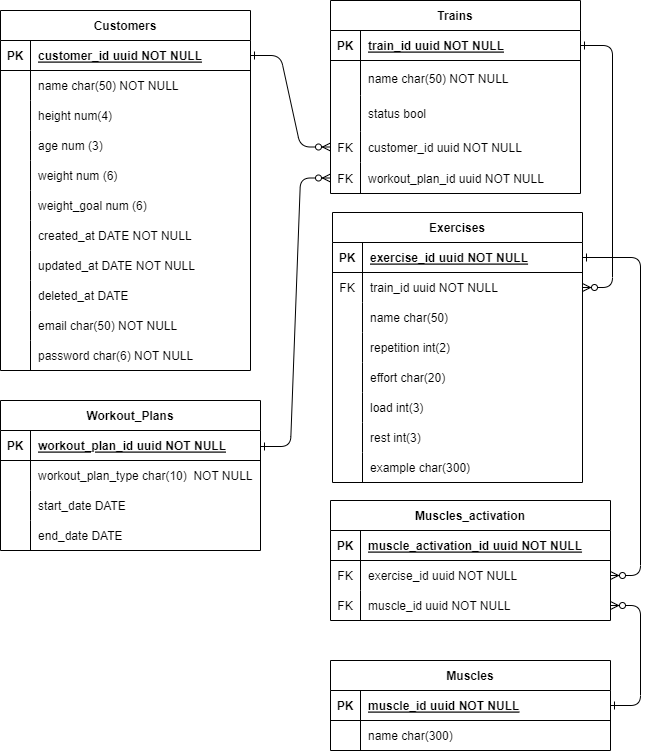
Earlier version of the draw.io export DER.png (Workout-Project-007-plan/Workout-API). Source tidied: cells renumbered, new cells last; positions are measured from the earlier drawing's top-left corner, leaving out a move shared by most shapes.
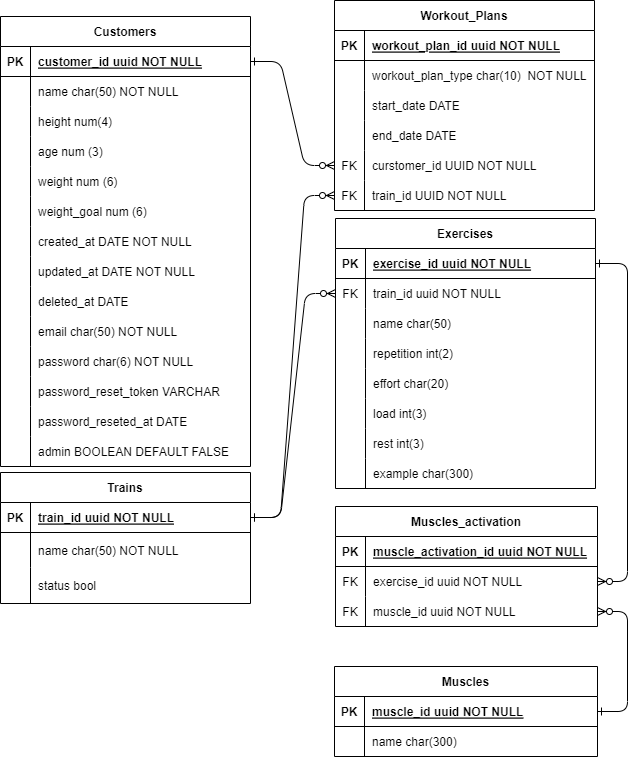
Above is the later version.

The edit, as a diff of the source:
```diff
@@ -5,3 +5,3 @@
     <mxCell id="2" value="Workout_Plans" style="shape=table;startSize=30;rowLines=0;fontStyle=1;align=center;labelBackgroundColor=none;" parent="1" vertex="1">
-      <mxGeometry y="400" width="260" height="150" as="geometry" />
+      <mxGeometry x="334" y="-6" width="260" height="210" as="geometry" />
     </mxCell>
@@ -43,4 +43,22 @@
     </mxCell>
+    <mxCell id="112" style="shape=partialRectangle;fillColor=none;points=[[0,0.5],[1,0.5]];portConstraint=eastwest;top=0;left=0;right=0;bottom=0;labelBackgroundColor=none;" parent="2" vertex="1">
+      <mxGeometry y="150" width="260" height="30" as="geometry" />
+    </mxCell>
+    <mxCell id="113" value="FK" style="shape=partialRectangle;overflow=hidden;fillColor=none;top=0;left=0;bottom=0;right=0;labelBackgroundColor=none;" parent="112" vertex="1">
+      <mxGeometry width="30" height="30" as="geometry" />
+    </mxCell>
+    <mxCell id="114" value="curstomer_id UUID NOT NULL" style="shape=partialRectangle;overflow=hidden;fillColor=none;top=0;left=0;bottom=0;right=0;align=left;spacingLeft=6;labelBackgroundColor=none;" parent="112" vertex="1">
+      <mxGeometry x="30" width="230" height="30" as="geometry" />
+    </mxCell>
+    <mxCell id="115" style="shape=partialRectangle;fillColor=none;points=[[0,0.5],[1,0.5]];portConstraint=eastwest;top=0;left=0;right=0;bottom=0;labelBackgroundColor=none;" parent="2" vertex="1">
+      <mxGeometry y="180" width="260" height="30" as="geometry" />
+    </mxCell>
+    <mxCell id="116" value="FK" style="shape=partialRectangle;overflow=hidden;fillColor=none;top=0;left=0;bottom=0;right=0;labelBackgroundColor=none;" parent="115" vertex="1">
+      <mxGeometry width="30" height="30" as="geometry" />
+    </mxCell>
+    <mxCell id="117" value="train_id UUID NOT NULL" style="shape=partialRectangle;overflow=hidden;fillColor=none;top=0;left=0;bottom=0;right=0;align=left;spacingLeft=6;labelBackgroundColor=none;" parent="115" vertex="1">
+      <mxGeometry x="30" width="230" height="30" as="geometry" />
+    </mxCell>
     <mxCell id="15" value="Trains" style="shape=table;startSize=30;rowLines=0;fontStyle=1;align=center;labelBackgroundColor=none;" parent="1" vertex="1">
-      <mxGeometry x="330" width="250" height="193" as="geometry" />
+      <mxGeometry y="466" width="250" height="131" as="geometry" />
     </mxCell>
@@ -73,22 +91,4 @@
     </mxCell>
-    <mxCell id="25" style="shape=partialRectangle;fillColor=none;points=[[0,0.5],[1,0.5]];portConstraint=eastwest;top=0;left=0;right=0;bottom=0;labelBackgroundColor=none;" parent="15" vertex="1">
-      <mxGeometry y="131" width="250" height="31" as="geometry" />
-    </mxCell>
-    <mxCell id="26" value="FK" style="shape=partialRectangle;overflow=hidden;fillColor=none;top=0;left=0;bottom=0;right=0;labelBackgroundColor=none;" parent="25" vertex="1">
-      <mxGeometry width="30" height="31" as="geometry" />
-    </mxCell>
-    <mxCell id="27" value="customer_id uuid NOT NULL" style="shape=partialRectangle;overflow=hidden;fillColor=none;top=0;left=0;bottom=0;right=0;align=left;spacingLeft=6;labelBackgroundColor=none;" parent="25" vertex="1">
-      <mxGeometry x="30" width="220" height="31" as="geometry" />
-    </mxCell>
-    <mxCell id="28" style="shape=partialRectangle;fillColor=none;points=[[0,0.5],[1,0.5]];portConstraint=eastwest;top=0;left=0;right=0;bottom=0;labelBackgroundColor=none;" parent="15" vertex="1">
-      <mxGeometry y="162" width="250" height="31" as="geometry" />
-    </mxCell>
-    <mxCell id="29" value="FK" style="shape=partialRectangle;overflow=hidden;fillColor=none;top=0;left=0;bottom=0;right=0;labelBackgroundColor=none;" parent="28" vertex="1">
-      <mxGeometry width="30" height="31" as="geometry" />
-    </mxCell>
-    <mxCell id="30" value="workout_plan_id uuid NOT NULL" style="shape=partialRectangle;overflow=hidden;fillColor=none;top=0;left=0;bottom=0;right=0;align=left;spacingLeft=6;labelBackgroundColor=none;" parent="28" vertex="1">
-      <mxGeometry x="30" width="220" height="31" as="geometry" />
-    </mxCell>
     <mxCell id="31" value="Customers" style="shape=table;startSize=30;rowLines=0;fontStyle=1;align=center;labelBackgroundColor=none;" parent="1" vertex="1">
-      <mxGeometry y="10" width="250" height="360" as="geometry" />
+      <mxGeometry y="10" width="250" height="450" as="geometry" />
     </mxCell>
@@ -193,7 +193,34 @@
     </mxCell>
+    <mxCell id="118" style="shape=partialRectangle;fillColor=none;top=0;left=0;right=0;bottom=0;labelBackgroundColor=none;" parent="31" vertex="1">
+      <mxGeometry y="360" width="250" height="30" as="geometry" />
+    </mxCell>
+    <mxCell id="119" style="shape=partialRectangle;overflow=hidden;fillColor=none;top=0;left=0;bottom=0;right=0;labelBackgroundColor=none;" parent="118" vertex="1">
+      <mxGeometry width="30" height="30" as="geometry" />
+    </mxCell>
+    <mxCell id="120" value="password_reset_token VARCHAR" style="shape=partialRectangle;overflow=hidden;fillColor=none;top=0;left=0;bottom=0;right=0;align=left;spacingLeft=6;labelBackgroundColor=none;" parent="118" vertex="1">
+      <mxGeometry x="30" width="220" height="30" as="geometry" />
+    </mxCell>
+    <mxCell id="121" style="shape=partialRectangle;fillColor=none;top=0;left=0;right=0;bottom=0;labelBackgroundColor=none;" parent="31" vertex="1">
+      <mxGeometry y="390" width="250" height="30" as="geometry" />
+    </mxCell>
+    <mxCell id="122" style="shape=partialRectangle;overflow=hidden;fillColor=none;top=0;left=0;bottom=0;right=0;labelBackgroundColor=none;" parent="121" vertex="1">
+      <mxGeometry width="30" height="30" as="geometry" />
+    </mxCell>
+    <mxCell id="123" value="password_reseted_at DATE" style="shape=partialRectangle;overflow=hidden;fillColor=none;top=0;left=0;bottom=0;right=0;align=left;spacingLeft=6;labelBackgroundColor=none;" parent="121" vertex="1">
+      <mxGeometry x="30" width="220" height="30" as="geometry" />
+    </mxCell>
+    <mxCell id="124" style="shape=partialRectangle;fillColor=none;top=0;left=0;right=0;bottom=0;labelBackgroundColor=none;" parent="31" vertex="1">
+      <mxGeometry y="420" width="250" height="30" as="geometry" />
+    </mxCell>
+    <mxCell id="125" style="shape=partialRectangle;overflow=hidden;fillColor=none;top=0;left=0;bottom=0;right=0;labelBackgroundColor=none;" parent="124" vertex="1">
+      <mxGeometry width="30" height="30" as="geometry" />
+    </mxCell>
+    <mxCell id="126" value="admin BOOLEAN DEFAULT FALSE" style="shape=partialRectangle;overflow=hidden;fillColor=none;top=0;left=0;bottom=0;right=0;align=left;spacingLeft=6;labelBackgroundColor=none;" parent="124" vertex="1">
+      <mxGeometry x="30" width="220" height="30" as="geometry" />
+    </mxCell>
     <mxCell id="65" value="Exercises" style="shape=table;startSize=30;rowLines=0;fontStyle=1;align=center;labelBackgroundColor=none;" parent="1" vertex="1">
-      <mxGeometry x="332" y="212" width="250" height="270" as="geometry" />
+      <mxGeometry x="335" y="212" width="260" height="270" as="geometry" />
     </mxCell>
     <mxCell id="66" style="shape=partialRectangle;fillColor=none;points=[[0,0.5],[1,0.5]];portConstraint=eastwest;top=0;left=0;right=0;bottom=1;labelBackgroundColor=none;" parent="65" vertex="1">
-      <mxGeometry y="30" width="250" height="30" as="geometry" />
+      <mxGeometry y="30" width="260" height="30" as="geometry" />
     </mxCell>
@@ -203,6 +230,6 @@
     <mxCell id="68" value="exercise_id uuid NOT NULL " style="shape=partialRectangle;overflow=hidden;fillColor=none;top=0;left=0;bottom=0;right=0;align=left;spacingLeft=6;fontStyle=5;labelBackgroundColor=none;" parent="66" vertex="1">
-      <mxGeometry x="30" width="220" height="30" as="geometry" />
+      <mxGeometry x="30" width="230" height="30" as="geometry" />
     </mxCell>
     <mxCell id="69" style="shape=partialRectangle;fillColor=none;points=[[0,0.5],[1,0.5]];portConstraint=eastwest;top=0;left=0;right=0;bottom=0;labelBackgroundColor=none;" parent="65" vertex="1">
-      <mxGeometry y="60" width="250" height="30" as="geometry" />
+      <mxGeometry y="60" width="260" height="30" as="geometry" />
     </mxCell>
@@ -212,6 +239,6 @@
     <mxCell id="71" value="train_id uuid NOT NULL" style="shape=partialRectangle;overflow=hidden;fillColor=none;top=0;left=0;bottom=0;right=0;align=left;spacingLeft=6;labelBackgroundColor=none;" parent="69" vertex="1">
-      <mxGeometry x="30" width="220" height="30" as="geometry" />
+      <mxGeometry x="30" width="230" height="30" as="geometry" />
     </mxCell>
     <mxCell id="72" style="shape=partialRectangle;fillColor=none;top=0;left=0;right=0;bottom=0;labelBackgroundColor=none;" parent="65" vertex="1">
-      <mxGeometry y="90" width="250" height="30" as="geometry" />
+      <mxGeometry y="90" width="260" height="30" as="geometry" />
     </mxCell>
@@ -221,6 +248,6 @@
     <mxCell id="74" value="name char(50)" style="shape=partialRectangle;overflow=hidden;fillColor=none;top=0;left=0;bottom=0;right=0;align=left;spacingLeft=6;labelBackgroundColor=none;" parent="72" vertex="1">
-      <mxGeometry x="30" width="220" height="30" as="geometry" />
+      <mxGeometry x="30" width="230" height="30" as="geometry" />
     </mxCell>
     <mxCell id="75" style="shape=partialRectangle;fillColor=none;top=0;left=0;right=0;bottom=0;labelBackgroundColor=none;" parent="65" vertex="1">
-      <mxGeometry y="120" width="250" height="30" as="geometry" />
+      <mxGeometry y="120" width="260" height="30" as="geometry" />
     </mxCell>
@@ -230,6 +257,6 @@
     <mxCell id="77" value="repetition int(2)" style="shape=partialRectangle;overflow=hidden;fillColor=none;top=0;left=0;bottom=0;right=0;align=left;spacingLeft=6;labelBackgroundColor=none;" parent="75" vertex="1">
-      <mxGeometry x="30" width="220" height="30" as="geometry" />
+      <mxGeometry x="30" width="230" height="30" as="geometry" />
     </mxCell>
     <mxCell id="78" style="shape=partialRectangle;fillColor=none;top=0;left=0;right=0;bottom=0;labelBackgroundColor=none;" parent="65" vertex="1">
-      <mxGeometry y="150" width="250" height="30" as="geometry" />
+      <mxGeometry y="150" width="260" height="30" as="geometry" />
     </mxCell>
@@ -239,6 +266,6 @@
     <mxCell id="80" value="effort char(20)" style="shape=partialRectangle;overflow=hidden;fillColor=none;top=0;left=0;bottom=0;right=0;align=left;spacingLeft=6;labelBackgroundColor=none;" parent="78" vertex="1">
-      <mxGeometry x="30" width="220" height="30" as="geometry" />
+      <mxGeometry x="30" width="230" height="30" as="geometry" />
     </mxCell>
     <mxCell id="81" style="shape=partialRectangle;fillColor=none;top=0;left=0;right=0;bottom=0;labelBackgroundColor=none;" parent="65" vertex="1">
-      <mxGeometry y="180" width="250" height="30" as="geometry" />
+      <mxGeometry y="180" width="260" height="30" as="geometry" />
     </mxCell>
@@ -248,6 +275,6 @@
     <mxCell id="83" value="load int(3)" style="shape=partialRectangle;overflow=hidden;fillColor=none;top=0;left=0;bottom=0;right=0;align=left;spacingLeft=6;labelBackgroundColor=none;" parent="81" vertex="1">
-      <mxGeometry x="30" width="220" height="30" as="geometry" />
+      <mxGeometry x="30" width="230" height="30" as="geometry" />
     </mxCell>
     <mxCell id="84" style="shape=partialRectangle;fillColor=none;top=0;left=0;right=0;bottom=0;labelBackgroundColor=none;" parent="65" vertex="1">
-      <mxGeometry y="210" width="250" height="30" as="geometry" />
+      <mxGeometry y="210" width="260" height="30" as="geometry" />
     </mxCell>
@@ -257,6 +284,6 @@
     <mxCell id="86" value="rest int(3)" style="shape=partialRectangle;overflow=hidden;fillColor=none;top=0;left=0;bottom=0;right=0;align=left;spacingLeft=6;labelBackgroundColor=none;" parent="84" vertex="1">
-      <mxGeometry x="30" width="220" height="30" as="geometry" />
+      <mxGeometry x="30" width="230" height="30" as="geometry" />
     </mxCell>
     <mxCell id="87" style="shape=partialRectangle;fillColor=none;top=0;left=0;right=0;bottom=0;labelBackgroundColor=none;" parent="65" vertex="1">
-      <mxGeometry y="240" width="250" height="30" as="geometry" />
+      <mxGeometry y="240" width="260" height="30" as="geometry" />
     </mxCell>
@@ -266,3 +293,3 @@
     <mxCell id="89" value="example char(300)" style="shape=partialRectangle;overflow=hidden;fillColor=none;top=0;left=0;bottom=0;right=0;align=left;spacingLeft=6;labelBackgroundColor=none;" parent="87" vertex="1">
-      <mxGeometry x="30" width="220" height="30" as="geometry" />
+      <mxGeometry x="30" width="230" height="30" as="geometry" />
     </mxCell>
@@ -276,6 +303,6 @@
     <mxCell id="91" value="Muscles_activation" style="shape=table;startSize=30;rowLines=0;fontStyle=1;align=center;labelBackgroundColor=none;" parent="1" vertex="1">
-      <mxGeometry x="330" y="500" width="280" height="120" as="geometry" />
+      <mxGeometry x="335" y="500" width="262" height="120" as="geometry" />
     </mxCell>
     <mxCell id="92" style="shape=partialRectangle;fillColor=none;top=0;left=0;right=0;bottom=1;labelBackgroundColor=none;" parent="91" vertex="1">
-      <mxGeometry y="30" width="280" height="30" as="geometry" />
+      <mxGeometry y="30" width="262" height="30" as="geometry" />
     </mxCell>
@@ -285,6 +312,6 @@
     <mxCell id="94" value="muscle_activation_id uuid NOT NULL " style="shape=partialRectangle;overflow=hidden;fillColor=none;top=0;left=0;bottom=0;right=0;align=left;spacingLeft=6;fontStyle=5;labelBackgroundColor=none;" parent="92" vertex="1">
-      <mxGeometry x="30" width="250" height="30" as="geometry" />
+      <mxGeometry x="30" width="232" height="30" as="geometry" />
     </mxCell>
     <mxCell id="95" style="shape=partialRectangle;fillColor=none;points=[[0,0.5],[1,0.5]];portConstraint=eastwest;top=0;left=0;right=0;bottom=0;labelBackgroundColor=none;" parent="91" vertex="1">
-      <mxGeometry y="60" width="280" height="30" as="geometry" />
+      <mxGeometry y="60" width="262" height="30" as="geometry" />
     </mxCell>
@@ -294,6 +321,6 @@
     <mxCell id="97" value="exercise_id uuid NOT NULL" style="shape=partialRectangle;overflow=hidden;fillColor=none;top=0;left=0;bottom=0;right=0;align=left;spacingLeft=6;labelBackgroundColor=none;" parent="95" vertex="1">
-      <mxGeometry x="30" width="250" height="30" as="geometry" />
+      <mxGeometry x="30" width="232" height="30" as="geometry" />
     </mxCell>
     <mxCell id="98" style="shape=partialRectangle;fillColor=none;points=[[0,0.5],[1,0.5]];portConstraint=eastwest;top=0;left=0;right=0;bottom=0;labelBackgroundColor=none;" parent="91" vertex="1">
-      <mxGeometry y="90" width="280" height="30" as="geometry" />
+      <mxGeometry y="90" width="262" height="30" as="geometry" />
     </mxCell>
@@ -303,9 +330,9 @@
     <mxCell id="100" value="muscle_id uuid NOT NULL" style="shape=partialRectangle;overflow=hidden;fillColor=none;top=0;left=0;bottom=0;right=0;align=left;spacingLeft=6;labelBackgroundColor=none;" parent="98" vertex="1">
-      <mxGeometry x="30" width="250" height="30" as="geometry" />
+      <mxGeometry x="30" width="232" height="30" as="geometry" />
     </mxCell>
     <mxCell id="101" value="Muscles" style="shape=table;startSize=30;rowLines=0;fontStyle=1;align=center;labelBackgroundColor=none;" parent="1" vertex="1">
-      <mxGeometry x="330" y="660" width="280" height="90" as="geometry" />
+      <mxGeometry x="334" y="660" width="263" height="90" as="geometry" />
     </mxCell>
     <mxCell id="102" style="shape=partialRectangle;fillColor=none;points=[[0,0.5],[1,0.5]];portConstraint=eastwest;top=0;left=0;right=0;bottom=1;labelBackgroundColor=none;" parent="101" vertex="1">
-      <mxGeometry y="30" width="280" height="30" as="geometry" />
+      <mxGeometry y="30" width="263" height="30" as="geometry" />
     </mxCell>
@@ -315,6 +342,6 @@
     <mxCell id="104" value="muscle_id uuid NOT NULL " style="shape=partialRectangle;overflow=hidden;fillColor=none;top=0;left=0;bottom=0;right=0;align=left;spacingLeft=6;fontStyle=5;labelBackgroundColor=none;" parent="102" vertex="1">
-      <mxGeometry x="30" width="250" height="30" as="geometry" />
+      <mxGeometry x="30" width="233" height="30" as="geometry" />
     </mxCell>
     <mxCell id="105" style="shape=partialRectangle;fillColor=none;top=0;left=0;right=0;bottom=0;labelBackgroundColor=none;" parent="101" vertex="1">
-      <mxGeometry y="60" width="280" height="30" as="geometry" />
+      <mxGeometry y="60" width="263" height="30" as="geometry" />
     </mxCell>
@@ -324,3 +351,3 @@
     <mxCell id="107" value="name char(300)" style="shape=partialRectangle;overflow=hidden;fillColor=none;top=0;left=0;bottom=0;right=0;align=left;spacingLeft=6;labelBackgroundColor=none;" parent="105" vertex="1">
-      <mxGeometry x="30" width="250" height="30" as="geometry" />
+      <mxGeometry x="30" width="233" height="30" as="geometry" />
     </mxCell>
@@ -348,3 +375,3 @@
     </mxCell>
-    <mxCell id="110" style="edgeStyle=entityRelationEdgeStyle;endArrow=ERzeroToMany;startArrow=ERone;endFill=1;startFill=0;labelBackgroundColor=none;fontColor=default;exitX=1;exitY=0.5;exitDx=0;exitDy=0;" parent="1" edge="1" source="32" target="25">
+    <mxCell id="110" style="edgeStyle=entityRelationEdgeStyle;endArrow=ERzeroToMany;startArrow=ERone;endFill=1;startFill=0;labelBackgroundColor=none;fontColor=default;exitX=1;exitY=0.5;exitDx=0;exitDy=0;" parent="1" edge="1" source="32" target="x">
       <mxGeometry relative="1" as="geometry">
@@ -355,5 +382,4 @@
     </mxCell>
-    <mxCell id="111" style="edgeStyle=entityRelationEdgeStyle;endArrow=ERzeroToMany;startArrow=ERone;endFill=1;startFill=0;labelBackgroundColor=none;fontColor=default;exitX=1;exitY=0.5;exitDx=0;exitDy=0;entryX=0;entryY=0.5;entryDx=0;entryDy=0;" parent="1" edge="1" target="28">
+    <mxCell id="111" style="edgeStyle=entityRelationEdgeStyle;endArrow=ERzeroToMany;startArrow=ERone;endFill=1;startFill=0;labelBackgroundColor=none;fontColor=default;exitX=1;exitY=0.5;exitDx=0;exitDy=0;entryX=0;entryY=0.5;entryDx=0;entryDy=0;" parent="1" edge="1" source="3" target="x">
       <mxGeometry relative="1" as="geometry">
-        <mxPoint x="260" y="446" as="sourcePoint" />
         <Array as="points">
@@ -364,2 +390,16 @@
     </mxCell>
+    <mxCell id="127" style="edgeStyle=entityRelationEdgeStyle;endArrow=ERzeroToMany;startArrow=ERone;endFill=1;startFill=0;labelBackgroundColor=none;fontColor=default;exitX=1;exitY=0.5;exitDx=0;exitDy=0;entryX=0;entryY=0.5;entryDx=0;entryDy=0;" parent="1" edge="1" source="32" target="112">
+      <mxGeometry relative="1" as="geometry">
+        <Array as="points">
+          <mxPoint x="800" y="-3" />
+        </Array>
+      </mxGeometry>
+    </mxCell>
+    <mxCell id="128" style="edgeStyle=entityRelationEdgeStyle;endArrow=ERzeroToMany;startArrow=ERone;endFill=1;startFill=0;labelBackgroundColor=none;fontColor=default;exitX=1;exitY=0.5;exitDx=0;exitDy=0;" parent="1" edge="1" source="16" target="115">
+      <mxGeometry relative="1" as="geometry">
+        <Array as="points">
+          <mxPoint x="784" y="237" />
+        </Array>
+      </mxGeometry>
+    </mxCell>
   </root>
```
